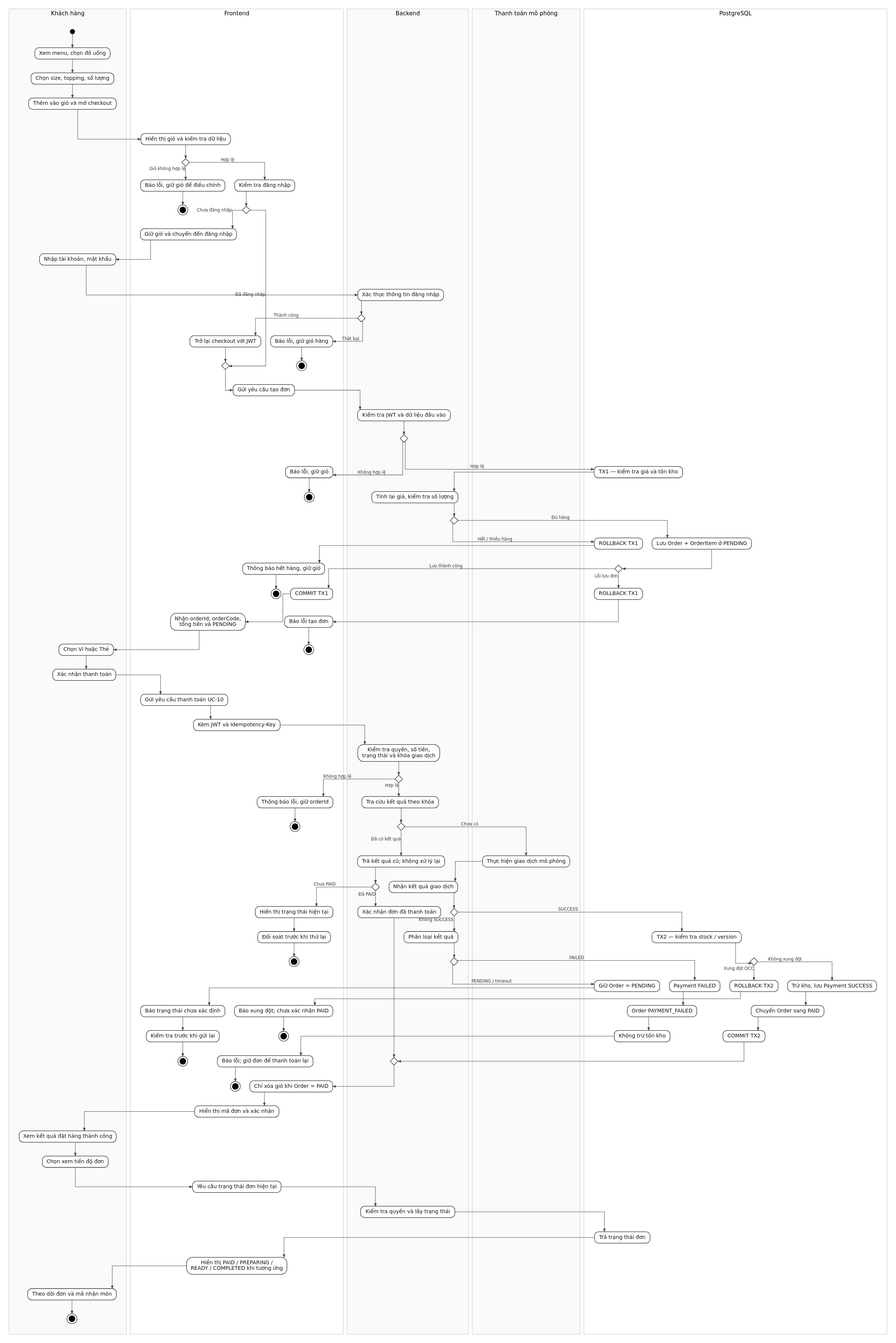
vohuunghiaah/brewlite keeps this PlantUML diagram as docs/diagram/ActivityDiagram.svg. Above is the earlier version. Its source is kept beside it as docs/diagram/ActivityDiagram.puml.
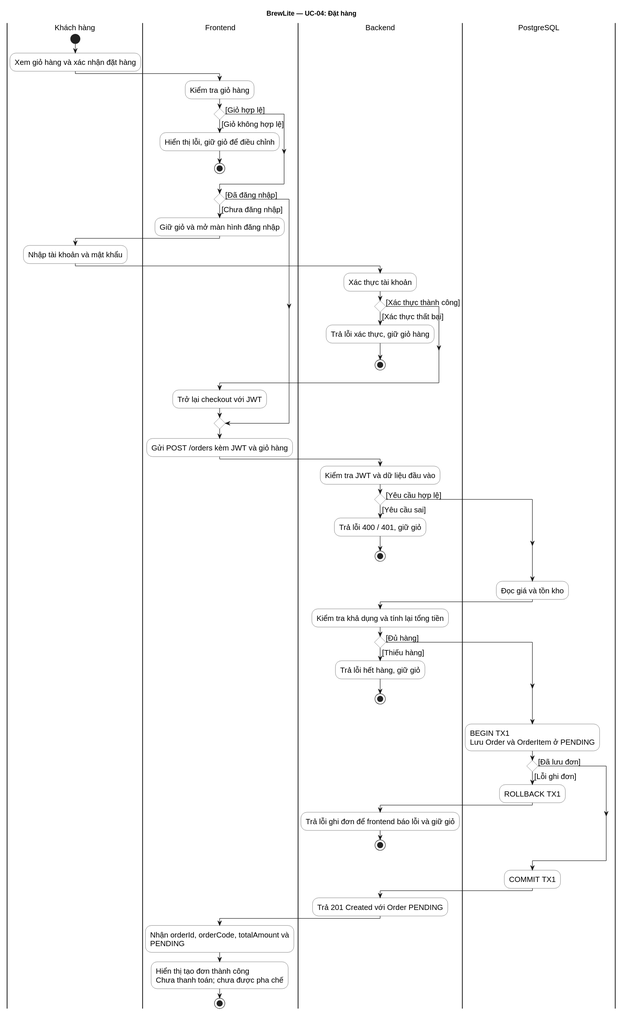
Above is the later version.

The edit, as a diff of the source:
```diff
@@ -1,174 +1,71 @@
 @startuml
-
+title BrewLite — UC-04: Đặt hàng
+skinparam defaultFontName Arial
+skinparam defaultFontSize 16
 skinparam backgroundColor white
-skinparam defaultFontName "DejaVu Sans"
-skinparam defaultFontSize 12
-skinparam defaultTextAlignment center
 skinparam shadowing false
-skinparam roundCorner 4
-skinparam ArrowColor black
-skinparam ArrowThickness 1
 skinparam ActivityBackgroundColor white
-skinparam ActivityBorderColor black
-skinparam ActivityFontColor black
+skinparam ActivityBorderColor #333333
 skinparam ActivityDiamondBackgroundColor white
-skinparam ActivityDiamondBorderColor black
-skinparam ActivityDiamondFontColor white
-skinparam SwimlaneBorderColor #888888
-skinparam SwimlaneTitleBackgroundColor white
-skinparam PartitionBackgroundColor white
-skinparam wrapWidth 170
-
+skinparam ActivityDiamondBorderColor #333333
+skinparam wrapWidth 315
 |Khách hàng|
 start
-:Xem menu, chọn đồ uống;
-:Chọn size, topping, số lượng;
-:Thêm vào giỏ và mở checkout;
+:Xem giỏ hàng và xác nhận đặt hàng;
 |Frontend|
-:Hiển thị giỏ và kiểm tra dữ liệu;
-if () then (Giỏ không hợp lệ)
-  :Báo lỗi, giữ giỏ để điều chỉnh;
-  stop
-else (Hợp lệ)
+:Kiểm tra giỏ hàng;
+if () then ([Giỏ không hợp lệ])
+:Hiển thị lỗi, giữ giỏ để điều chỉnh;
+stop
+else ([Giỏ hợp lệ])
 endif
-
-:Kiểm tra đăng nhập;
-if () then (Chưa đăng nhập)
-  :Giữ giỏ và chuyển đến đăng nhập;
-  |Khách hàng|
-  :Nhập tài khoản, mật khẩu;
-  |Backend|
-  :Xác thực thông tin đăng nhập;
-  if () then (Thất bại)
-    |Frontend|
-    :Báo lỗi, giữ giỏ hàng;
-    stop
-  else (Thành công)
-    |Frontend|
-    :Trở lại checkout với JWT;
-  endif
-else (Đã đăng nhập)
+if () then ([Chưa đăng nhập])
+:Giữ giỏ và mở màn hình đăng nhập;
+|Khách hàng|
+:Nhập tài khoản và mật khẩu;
+|Backend|
+:Xác thực tài khoản;
+if () then ([Xác thực thất bại])
+:Trả lỗi xác thực, giữ giỏ hàng;
+stop
+else ([Xác thực thành công])
 endif
-
 |Frontend|
-:Gửi yêu cầu tạo đơn;
+:Trở lại checkout với JWT;
+else ([Đã đăng nhập])
+endif
+:Gửi POST /orders kèm JWT và giỏ hàng;
 |Backend|
 :Kiểm tra JWT và dữ liệu đầu vào;
-if () then (Không hợp lệ)
-  |Frontend|
-  :Báo lỗi, giữ giỏ;
-  stop
-else (Hợp lệ)
-endif
-
-|PostgreSQL|
-:TX1 — kiểm tra giá và tồn kho;
-|Backend|
-:Tính lại giá, kiểm tra số lượng;
-if () then (Hết / thiếu hàng)
-  |PostgreSQL|
-  :ROLLBACK TX1;
-  |Frontend|
-  :Thông báo hết hàng, giữ giỏ;
-  stop
-else (Đủ hàng)
+if () then ([Yêu cầu sai])
+:Trả lỗi 400 / 401, giữ giỏ;
+stop
+else ([Yêu cầu hợp lệ])
 endif
 |PostgreSQL|
-:Lưu Order + OrderItem ở PENDING;
-if () then (Lỗi lưu đơn)
-  :ROLLBACK TX1;
-  |Frontend|
-  :Báo lỗi tạo đơn;
-  stop
-else (Lưu thành công)
-  :COMMIT TX1;
+:Đọc giá và tồn kho;
+|Backend|
+:Kiểm tra khả dụng và tính lại tổng tiền;
+if () then ([Thiếu hàng])
+:Trả lỗi hết hàng, giữ giỏ;
+stop
+else ([Đủ hàng])
 endif
+|PostgreSQL|
+:BEGIN TX1\nLưu Order và OrderItem ở PENDING;
+if () then ([Lỗi ghi đơn])
+:ROLLBACK TX1;
+|Backend|
+:Trả lỗi ghi đơn để frontend báo lỗi và giữ giỏ;
+stop
+else ([Đã lưu đơn])
+endif
+|PostgreSQL|
+:COMMIT TX1;
+|Backend|
+:Trả 201 Created với Order PENDING;
 |Frontend|
-:Nhận orderId, orderCode,\ntổng tiền và PENDING;
-
-|Khách hàng|
-:Chọn Ví hoặc Thẻ;
-:Xác nhận thanh toán;
-|Frontend|
-:Gửi yêu cầu thanh toán UC-10;
-:Kèm JWT và Idempotency-Key;
-|Backend|
-:Kiểm tra quyền, số tiền,\ntrạng thái và khóa giao dịch;
-if () then (Không hợp lệ)
-  |Frontend|
-  :Thông báo lỗi, giữ orderId;
-  stop
-else (Hợp lệ)
-endif
-
-|Backend|
-:Tra cứu kết quả theo khóa;
-if () then (Đã có kết quả)
-  :Trả kết quả cũ; không xử lý lại;
-  if () then (Đã PAID)
-    :Xác nhận đơn đã thanh toán;
-  else (Chưa PAID)
-    |Frontend|
-    :Hiển thị trạng thái hiện tại;
-    :Đối soát trước khi thử lại;
-    stop
-  endif
-else (Chưa có)
-  |Thanh toán mô phỏng|
-  :Thực hiện giao dịch mô phỏng;
-  |Backend|
-  :Nhận kết quả giao dịch;
-  if () then (SUCCESS)
-    |PostgreSQL|
-    :TX2 — kiểm tra stock / version;
-    if () then (Xung đột OCC)
-      :ROLLBACK TX2;
-      |Frontend|
-      :Báo xung đột; chưa xác nhận PAID;
-      stop
-    else (Không xung đột)
-      |PostgreSQL|
-      :Trừ kho, lưu Payment SUCCESS;
-      :Chuyển Order sang PAID;
-      :COMMIT TX2;
-    endif
-  else (Không SUCCESS)
-    |Backend|
-    :Phân loại kết quả;
-    if () then (FAILED)
-      |PostgreSQL|
-      :Payment FAILED;
-      :Order PAYMENT_FAILED;
-      :Không trừ tồn kho;
-      |Frontend|
-      :Báo lỗi; giữ đơn để thanh toán lại;
-      stop
-    else (PENDING / timeout)
-      |PostgreSQL|
-      :Giữ Order = PENDING;
-      |Frontend|
-      :Báo trạng thái chưa xác định;
-      :Kiểm tra trước khi gửi lại;
-      stop
-    endif
-  endif
-endif
-
-|Frontend|
-:Chỉ xóa giỏ khi Order = PAID;
-:Hiển thị mã đơn và xác nhận;
-|Khách hàng|
-:Xem kết quả đặt hàng thành công;
-:Chọn xem tiến độ đơn;
-|Frontend|
-:Yêu cầu trạng thái đơn hiện tại;
-|Backend|
-:Kiểm tra quyền và lấy trạng thái;
-|PostgreSQL|
-:Trả trạng thái đơn;
-|Frontend|
-:Hiển thị PAID / PREPARING /\nREADY / COMPLETED khi tương ứng;
-|Khách hàng|
-:Theo dõi đơn và mã nhận món;
+:Nhận orderId, orderCode, totalAmount và PENDING;
+:Hiển thị tạo đơn thành công\nChưa thanh toán; chưa được pha chế;
 stop
 @enduml
```
